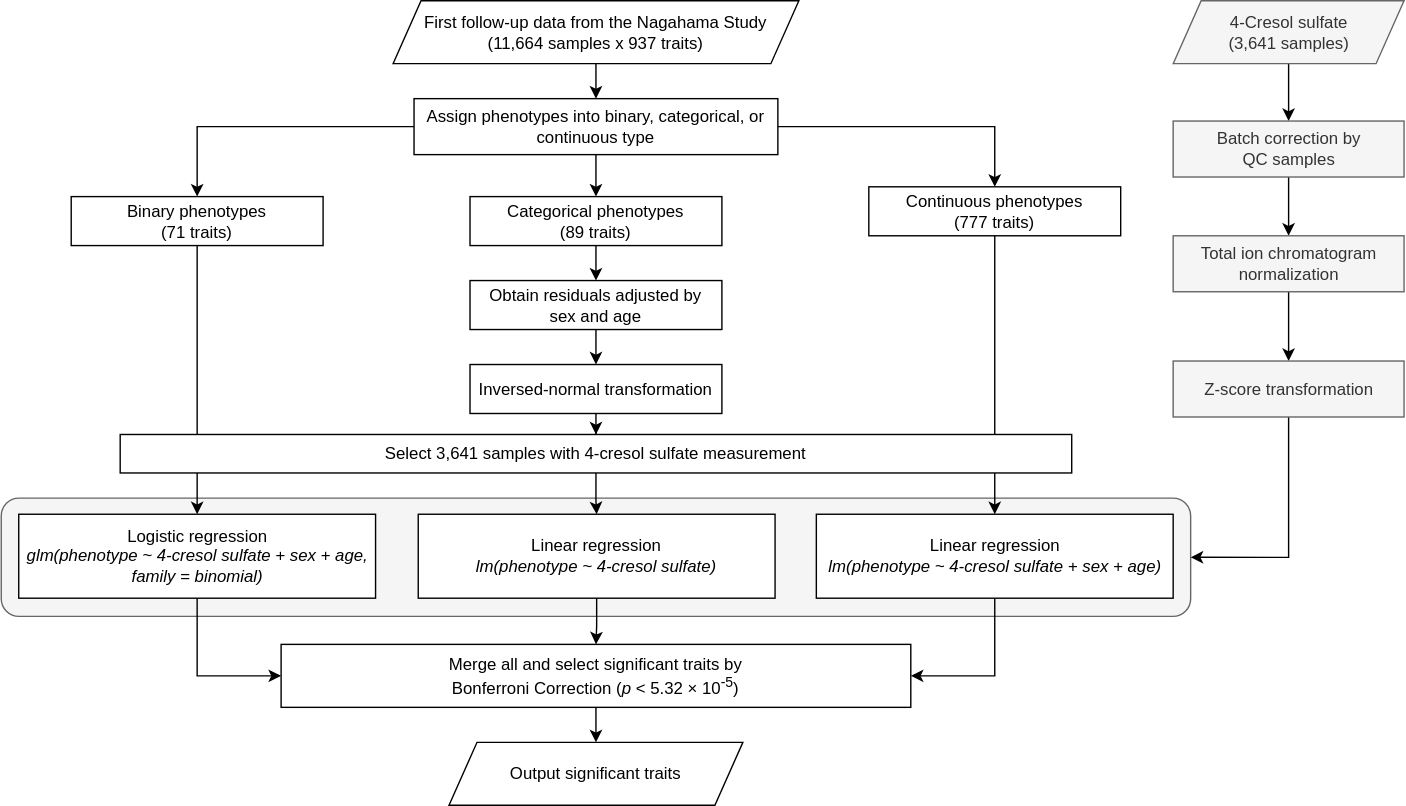
Earlier version of the draw.io export workflow.svg (janiceou/website_log). Source tidied: cells renumbered, new cells last; positions are measured from the earlier drawing's top-left corner, leaving out a move shared by most shapes.
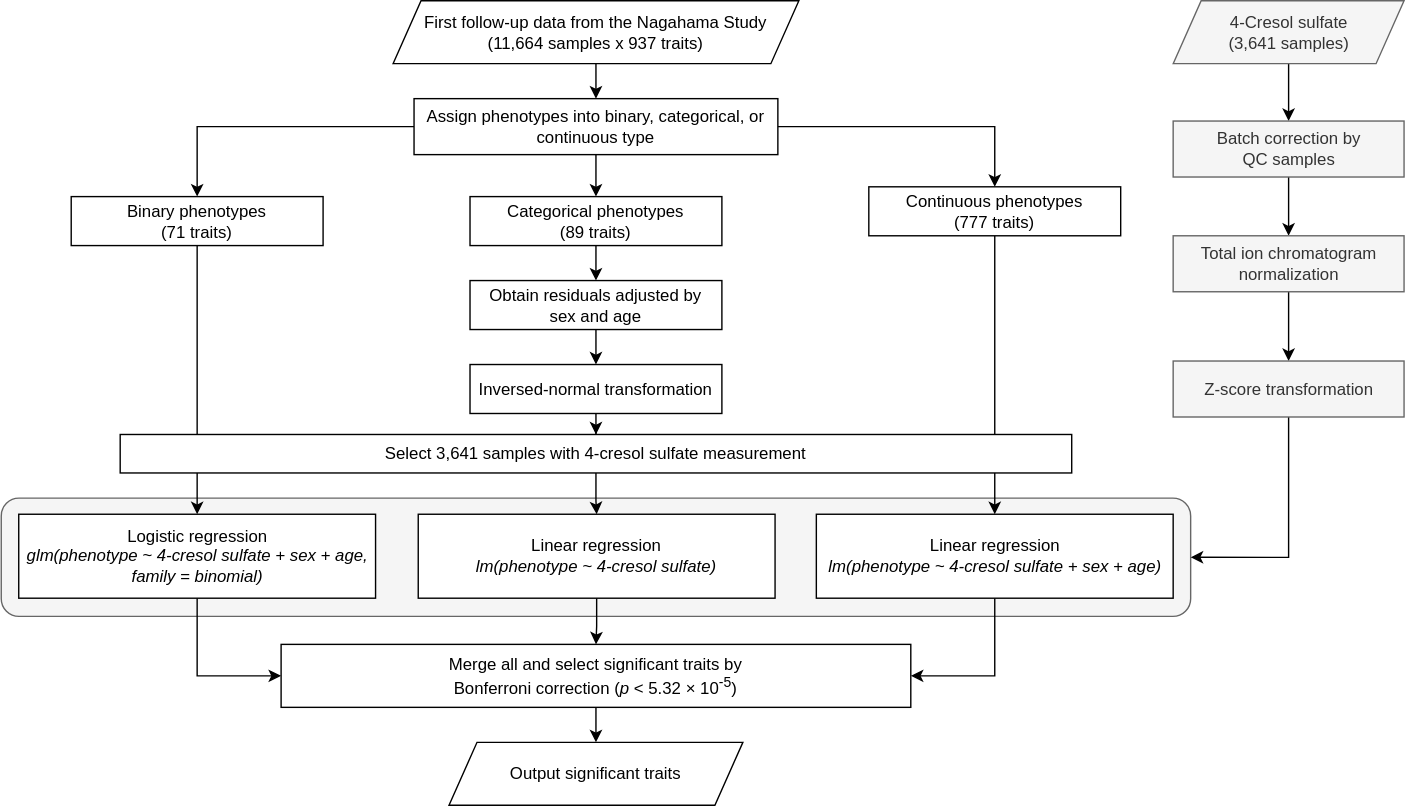
Later version of the same file.

The edit, as a diff of the source:
```diff
@@ -82,7 +82,7 @@
     <mxCell id="27" style="edgeStyle=orthogonalEdgeStyle;rounded=0;jettySize=auto;html=1;" parent="1" edge="1" source="28" target="29">
       <mxGeometry relative="1" as="geometry" />
     </mxCell>
-    <mxCell id="28" value="Merge all and select significant traits by &lt;br&gt;Bonferroni Correction (&lt;i&gt;p&lt;/i&gt; &amp;lt; 5.32&amp;nbsp;× 10&lt;sup&gt;-5&lt;/sup&gt;)" style="whiteSpace=wrap;html=1;rounded=0;" parent="1" vertex="1">
+    <mxCell id="28" value="Merge all and select significant traits by &lt;br&gt;Bonferroni correction (&lt;i&gt;p&lt;/i&gt; &amp;lt; 5.32&amp;nbsp;× 10&lt;sup&gt;-5&lt;/sup&gt;)" style="whiteSpace=wrap;html=1;rounded=0;" parent="1" vertex="1">
       <mxGeometry x="200" y="460" width="450" height="45" as="geometry" />
     </mxCell>
     <mxCell id="29" value="Output significant traits" style="shape=parallelogram;perimeter=parallelogramPerimeter;whiteSpace=wrap;html=1;fixedSize=1;rounded=0;" parent="1" vertex="1">
```
